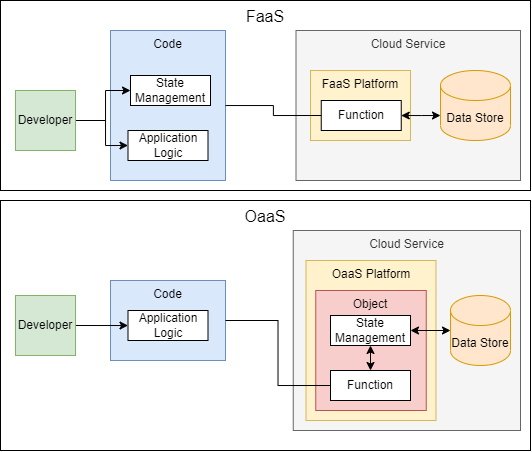
Before: doc/diagrams/oaas_concept_v3.dio.png, a diagram exported from draw.io (hpcclab/OaaS). Source tidied: cells renumbered, new cells last; positions are measured from the earlier drawing's top-left corner, leaving out a move shared by most shapes.
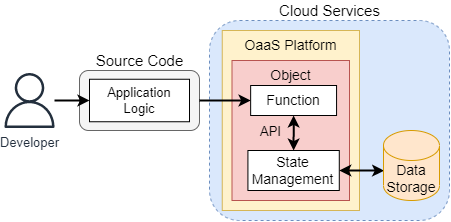
Later version of the same file.

Diff of the diagram source:
```diff
@@ -2,100 +2,58 @@
   <root>
     <mxCell id="0" />
     <mxCell id="1" parent="0" />
-    <mxCell id="2" value="OaaS" style="rounded=0;whiteSpace=wrap;html=1;verticalAlign=top;fontSize=16;" parent="1" vertex="1">
-      <mxGeometry y="200" width="530" height="250" as="geometry" />
-    </mxCell>
+    <mxCell id="29" style="rounded=1;whiteSpace=wrap;html=1;fontSize=15;verticalAlign=top;fillColor=#f5f5f5;strokeColor=#666666;fontColor=#333333;" parent="1" vertex="1">
+      <mxGeometry x="90" y="240" width="120" height="60" as="geometry" />
+    </mxCell>
-    <mxCell id="3" value="Cloud Service" style="rounded=0;whiteSpace=wrap;html=1;fillColor=#f5f5f5;strokeColor=#666666;verticalAlign=top;fontColor=#333333;" parent="1" vertex="1">
-      <mxGeometry x="292.8" y="230" width="227.2" height="200" as="geometry" />
+    <mxCell id="3" style="rounded=1;whiteSpace=wrap;html=1;fillColor=#dae8fc;strokeColor=#6c8ebf;verticalAlign=top;dashed=1;fontSize=15;" parent="1" vertex="1">
+      <mxGeometry x="220" y="190" width="240" height="200" as="geometry" />
     </mxCell>
-    <mxCell id="4" value="FaaS" style="rounded=0;whiteSpace=wrap;html=1;verticalAlign=top;fontSize=16;" parent="1" vertex="1">
-      <mxGeometry width="530" height="190" as="geometry" />
-    </mxCell>
-    <mxCell id="5" value="Cloud Service" style="rounded=0;whiteSpace=wrap;html=1;fillColor=#f5f5f5;strokeColor=#666666;verticalAlign=top;fontColor=#333333;" parent="1" vertex="1">
-      <mxGeometry x="295.5" y="30" width="224.5" height="150" as="geometry" />
-    </mxCell>
-    <mxCell id="6" value="Code" style="rounded=0;whiteSpace=wrap;html=1;fillColor=#dae8fc;strokeColor=#6c8ebf;verticalAlign=top;" parent="1" vertex="1">
-      <mxGeometry x="110" y="30" width="115" height="150" as="geometry" />
-    </mxCell>
-    <mxCell id="7" value="Data Store" style="shape=cylinder3;whiteSpace=wrap;html=1;boundedLbl=1;backgroundOutline=1;size=15;fillColor=#ffe6cc;strokeColor=#d79b00;" parent="1" vertex="1">
-      <mxGeometry x="440" y="70" width="70" height="70" as="geometry" />
-    </mxCell>
-    <mxCell id="8" style="edgeStyle=orthogonalEdgeStyle;rounded=0;jettySize=auto;html=1;entryX=0;entryY=0.5;entryDx=0;entryDy=0;" parent="1" edge="1" source="10" target="12">
-      <mxGeometry relative="1" as="geometry">
-        <Array as="points">
-          <mxPoint x="105" y="120" />
-          <mxPoint x="105" y="90" />
-        </Array>
-      </mxGeometry>
-    </mxCell>
-    <mxCell id="9" style="edgeStyle=orthogonalEdgeStyle;rounded=0;jettySize=auto;html=1;entryX=0;entryY=0.5;entryDx=0;entryDy=0;" parent="1" edge="1" source="10" target="11">
-      <mxGeometry relative="1" as="geometry">
-        <Array as="points">
-          <mxPoint x="105" y="120" />
-          <mxPoint x="105" y="145" />
-        </Array>
-      </mxGeometry>
-    </mxCell>
-    <mxCell id="10" value="Developer" style="rounded=0;whiteSpace=wrap;html=1;fillColor=#d5e8d4;strokeColor=#82b366;" parent="1" vertex="1">
-      <mxGeometry x="15" y="90" width="60" height="60" as="geometry" />
-    </mxCell>
-    <mxCell id="11" value="Application Logic" style="rounded=0;whiteSpace=wrap;html=1;verticalAlign=middle;fontSize=12;" parent="1" vertex="1">
-      <mxGeometry x="127.5" y="130" width="80" height="30" as="geometry" />
-    </mxCell>
-    <mxCell id="12" value="State Management" style="rounded=0;whiteSpace=wrap;html=1;verticalAlign=middle;fontSize=12;" parent="1" vertex="1">
-      <mxGeometry x="130" y="75" width="80" height="30" as="geometry" />
-    </mxCell>
-    <mxCell id="13" value="FaaS Platform" style="rounded=0;whiteSpace=wrap;html=1;fillColor=#fff2cc;strokeColor=#d6b656;verticalAlign=top;" parent="1" vertex="1">
-      <mxGeometry x="310" y="70" width="100" height="70" as="geometry" />
-    </mxCell>
-    <mxCell id="14" value="Code" style="rounded=0;whiteSpace=wrap;html=1;fillColor=#dae8fc;strokeColor=#6c8ebf;verticalAlign=top;" parent="1" vertex="1">
-      <mxGeometry x="110" y="280" width="115" height="80" as="geometry" />
-    </mxCell>
-    <mxCell id="15" value="Data Store" style="shape=cylinder3;whiteSpace=wrap;html=1;boundedLbl=1;backgroundOutline=1;size=15;fillColor=#ffe6cc;strokeColor=#d79b00;" parent="1" vertex="1">
-      <mxGeometry x="450" y="295" width="60" height="70" as="geometry" />
-    </mxCell>
-    <mxCell id="16" style="edgeStyle=orthogonalEdgeStyle;rounded=0;jettySize=auto;html=1;entryX=0;entryY=0.5;entryDx=0;entryDy=0;exitX=1;exitY=0.5;exitDx=0;exitDy=0;" parent="1" edge="1" source="17" target="18">
-      <mxGeometry relative="1" as="geometry">
-        <Array as="points">
-          <mxPoint x="128" y="325" />
-        </Array>
-      </mxGeometry>
+    <mxCell id="16" style="edgeStyle=orthogonalEdgeStyle;rounded=0;jettySize=auto;html=1;entryX=0;entryY=0.5;entryDx=0;entryDy=0;strokeWidth=2;" parent="1" edge="1" source="31" target="18">
+      <mxGeometry relative="1" as="geometry" />
     </mxCell>
-    <mxCell id="17" value="Developer" style="rounded=0;whiteSpace=wrap;html=1;fillColor=#d5e8d4;strokeColor=#82b366;" parent="1" vertex="1">
-      <mxGeometry x="15" y="295" width="60" height="60" as="geometry" />
-    </mxCell>
-    <mxCell id="18" value="Application Logic" style="rounded=0;whiteSpace=wrap;html=1;verticalAlign=middle;fontSize=12;" parent="1" vertex="1">
-      <mxGeometry x="127.5" y="310" width="80" height="30" as="geometry" />
+    <mxCell id="18" value="Application Logic" style="rounded=0;whiteSpace=wrap;html=1;verticalAlign=middle;fontSize=13;" parent="1" vertex="1">
+      <mxGeometry x="100" y="248.8" width="100" height="42.5" as="geometry" />
     </mxCell>
-    <mxCell id="19" value="OaaS Platform" style="rounded=0;whiteSpace=wrap;html=1;fillColor=#fff2cc;strokeColor=#d6b656;verticalAlign=top;" parent="1" vertex="1">
-      <mxGeometry x="305.5" y="260" width="130" height="160" as="geometry" />
+    <mxCell id="19" value="OaaS Platform" style="rounded=0;whiteSpace=wrap;html=1;fillColor=#fff2cc;strokeColor=#d6b656;verticalAlign=top;fontSize=14;" parent="1" vertex="1">
+      <mxGeometry x="232.8" y="200" width="137.2" height="180" as="geometry" />
     </mxCell>
-    <mxCell id="20" value="Object" style="rounded=0;whiteSpace=wrap;html=1;fillColor=#f8cecc;strokeColor=#b85450;verticalAlign=top;" parent="1" vertex="1">
-      <mxGeometry x="315.2" y="290" width="110.5" height="120" as="geometry" />
+    <mxCell id="20" value="Object" style="rounded=0;whiteSpace=wrap;html=1;fillColor=#f8cecc;strokeColor=#b85450;verticalAlign=top;fontSize=14;" parent="1" vertex="1">
+      <mxGeometry x="242.5" y="230" width="117.5" height="140" as="geometry" />
     </mxCell>
-    <mxCell id="21" style="edgeStyle=orthogonalEdgeStyle;rounded=0;jettySize=auto;html=1;entryX=0;entryY=0.5;entryDx=0;entryDy=0;entryPerimeter=0;startArrow=classic;startFill=1;" parent="1" edge="1" source="22" target="15">
+    <mxCell id="21" style="edgeStyle=orthogonalEdgeStyle;rounded=0;jettySize=auto;html=1;entryX=0.012;entryY=0.574;entryDx=0;entryDy=0;entryPerimeter=0;startArrow=classic;startFill=1;strokeWidth=2;" parent="1" edge="1" source="22" target="30">
       <mxGeometry relative="1" as="geometry" />
     </mxCell>
-    <mxCell id="22" value="State Management" style="rounded=0;whiteSpace=wrap;html=1;verticalAlign=middle;fontSize=12;" parent="1" vertex="1">
-      <mxGeometry x="330" y="315" width="80" height="30" as="geometry" />
+    <mxCell id="22" value="State Management" style="rounded=0;whiteSpace=wrap;html=1;verticalAlign=middle;fontSize=14;" parent="1" vertex="1">
+      <mxGeometry x="258.4" y="320" width="91.4" height="40" as="geometry" />
     </mxCell>
-    <mxCell id="23" style="edgeStyle=orthogonalEdgeStyle;rounded=0;jettySize=auto;html=1;entryX=0.5;entryY=1;entryDx=0;entryDy=0;startArrow=classic;startFill=1;" parent="1" edge="1" source="24" target="22">
+    <mxCell id="23" style="edgeStyle=orthogonalEdgeStyle;rounded=0;jettySize=auto;html=1;entryX=0.5;entryY=0;entryDx=0;entryDy=0;startArrow=classic;startFill=1;strokeWidth=2;" parent="1" edge="1" source="24" target="22">
       <mxGeometry relative="1" as="geometry" />
     </mxCell>
-    <mxCell id="24" value="Function" style="rounded=0;whiteSpace=wrap;html=1;verticalAlign=middle;fontSize=12;" parent="1" vertex="1">
-      <mxGeometry x="330" y="370" width="80" height="30" as="geometry" />
+    <mxCell id="24" value="Function" style="rounded=0;whiteSpace=wrap;html=1;verticalAlign=middle;fontSize=14;" parent="1" vertex="1">
+      <mxGeometry x="261.1" y="255" width="85.9" height="30" as="geometry" />
     </mxCell>
-    <mxCell id="25" style="edgeStyle=orthogonalEdgeStyle;rounded=0;jettySize=auto;html=1;entryX=0;entryY=0.5;entryDx=0;entryDy=0;startArrow=none;startFill=0;exitX=1;exitY=0.5;exitDx=0;exitDy=0;endArrow=none;endFill=0;" parent="1" edge="1" source="14" target="24">
-      <mxGeometry relative="1" as="geometry" />
+    <mxCell id="25" style="edgeStyle=orthogonalEdgeStyle;rounded=0;jettySize=auto;html=1;entryX=0;entryY=0.5;entryDx=0;entryDy=0;startArrow=none;startFill=0;endArrow=classic;endFill=1;strokeWidth=2;" parent="1" edge="1" source="29" target="24">
+      <mxGeometry relative="1" as="geometry">
+        <Array as="points">
+          <mxPoint x="240" y="270" />
+          <mxPoint x="240" y="270" />
+        </Array>
+      </mxGeometry>
     </mxCell>
-    <mxCell id="26" style="edgeStyle=orthogonalEdgeStyle;rounded=0;jettySize=auto;html=1;entryX=0;entryY=0;entryDx=0;entryDy=45;entryPerimeter=0;startArrow=classic;startFill=1;" parent="1" edge="1" source="27" target="7">
-      <mxGeometry relative="1" as="geometry" />
-    </mxCell>
-    <mxCell id="27" value="Function" style="rounded=0;whiteSpace=wrap;html=1;verticalAlign=middle;fontSize=12;" parent="1" vertex="1">
-      <mxGeometry x="320.8" y="100" width="80" height="30" as="geometry" />
-    </mxCell>
-    <mxCell id="28" style="edgeStyle=orthogonalEdgeStyle;rounded=0;jettySize=auto;html=1;entryX=0;entryY=0.5;entryDx=0;entryDy=0;startArrow=none;startFill=0;endArrow=none;endFill=0;" parent="1" edge="1" source="6" target="27">
-      <mxGeometry relative="1" as="geometry" />
-    </mxCell>
+    <mxCell id="30" value="Data Storage" style="shape=cylinder3;whiteSpace=wrap;html=1;boundedLbl=1;backgroundOutline=1;size=15;fillColor=#ffe6cc;strokeColor=#d79b00;fontSize=14;" parent="1" vertex="1">
+      <mxGeometry x="394" y="300" width="56" height="70" as="geometry" />
+    </mxCell>
+    <mxCell id="31" value="Developer" style="sketch=0;outlineConnect=0;fontColor=#232F3E;gradientColor=none;fillColor=#232F3D;strokeColor=none;dashed=0;verticalLabelPosition=bottom;verticalAlign=top;align=center;html=1;fontSize=13;fontStyle=0;shape=mxgraph.aws4.user;" parent="1" vertex="1">
+      <mxGeometry x="12.5" y="242.5" width="55" height="55" as="geometry" />
+    </mxCell>
+    <mxCell id="32" value="Source Code" style="text;html=1;align=center;verticalAlign=middle;strokeColor=none;fillColor=none;fontSize=15;" parent="1" vertex="1">
+      <mxGeometry x="100" y="220" width="100" height="20" as="geometry" />
+    </mxCell>
+    <mxCell id="33" value="Cloud Services" style="text;html=1;align=center;verticalAlign=middle;strokeColor=none;fillColor=none;fontSize=15;" parent="1" vertex="1">
+      <mxGeometry x="280" y="170" width="120" height="20" as="geometry" />
+    </mxCell>
+    <mxCell id="34" value="&lt;font style=&quot;font-size: 13px&quot;&gt;API&lt;/font&gt;" style="text;html=1;align=center;verticalAlign=middle;strokeColor=none;fillColor=none;fontSize=10;" parent="1" vertex="1">
+      <mxGeometry x="261.1" y="291.2" width="40" height="20" as="geometry" />
+    </mxCell>
   </root>
 </mxGraphModel>
```
